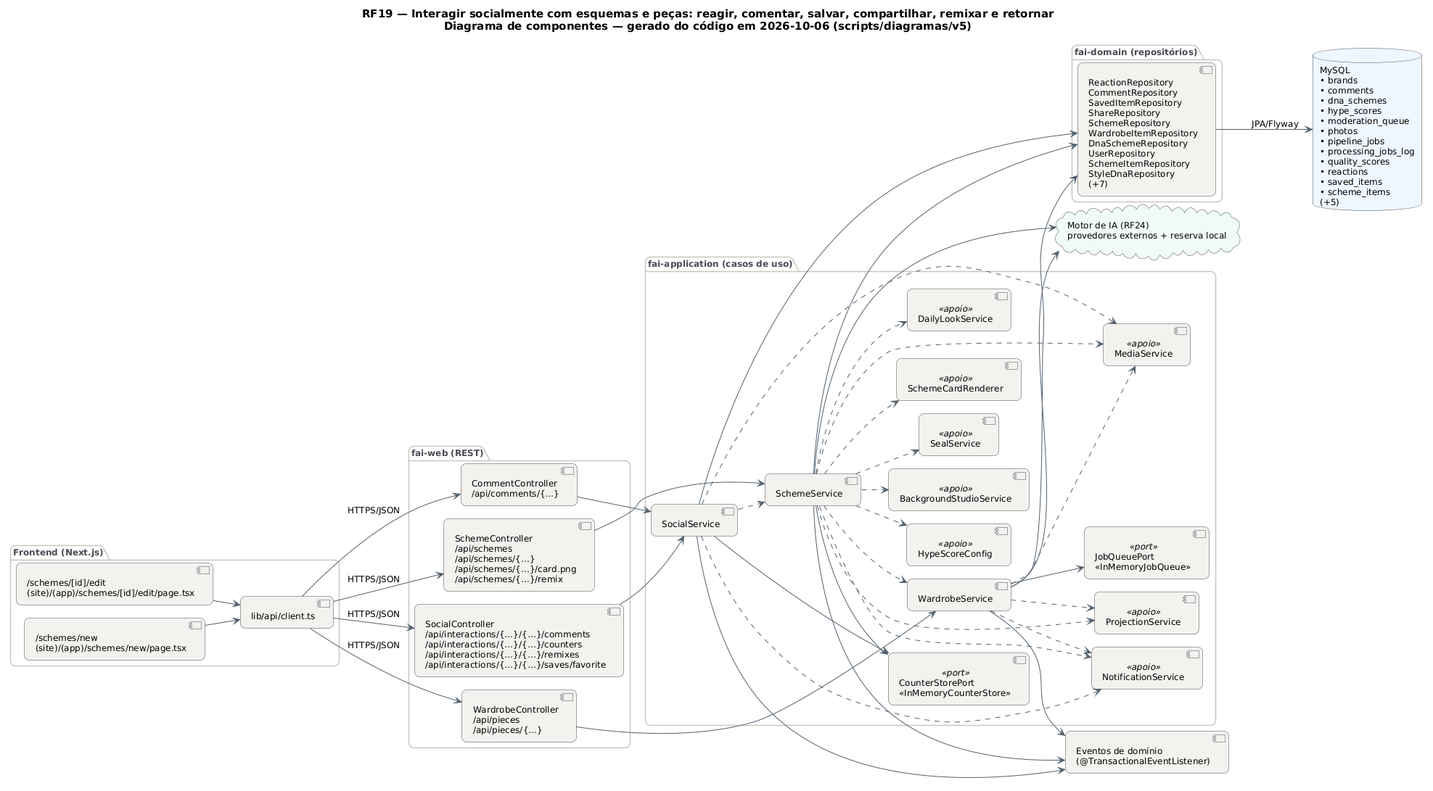
Above: docs/diagramas/RF19/RF19_Componentes.png in MatheusHaliski/tcc-2026-fashion-ai-backend (PlantUML), before the change. The source it was exported from:
```plantuml
@startuml RF19_Componentes
!pragma layout smetana
skinparam backgroundColor #FFFFFF
skinparam shadowing false
skinparam defaultFontName "DejaVu Sans"
skinparam defaultFontSize 12
skinparam titleFontSize 15
skinparam roundcorner 14
skinparam ArrowColor #52606D
skinparam note {
  BackgroundColor #FFFDEB
  BorderColor #D8CE78
  FontColor #554F24
}
skinparam component {
  BackgroundColor #F4F2EF
  BorderColor #4A4852
}
skinparam package {
  BorderColor #CBC6BE
  FontColor #4A4852
}
skinparam database {
  BackgroundColor #EEF6FF
  BorderColor #4A4852
}
skinparam cloud {
  BackgroundColor #F0FBF6
  BorderColor #4A4852
}
left to right direction
title RF19 — Interagir socialmente com esquemas e peças: reagir, comentar, salvar, compartilhar, remixar e retornar\nDiagrama de componentes — gerado do código em 2026-10-06 (scripts/diagramas/v5)

package "Frontend (Next.js)" {
  component "/schemes/[id]/edit\n(site)/(app)/schemes/[id]/edit/page.tsx" as FE0
  component "/schemes/new\n(site)/(app)/schemes/new/page.tsx" as FE1
  component "lib/api/client.ts" as APIC
}
package "fai-web (REST)" {
  component "CommentController\n/api/comments/{…}" as CommentController
  component "SchemeController\n/api/schemes\n/api/schemes/{…}\n/api/schemes/{…}/card.png\n/api/schemes/{…}/remix" as SchemeController
  component "SocialController\n/api/interactions/{…}/{…}/comments\n/api/interactions/{…}/{…}/counters\n/api/interactions/{…}/{…}/remixes\n/api/interactions/{…}/{…}/saves/favorite" as SocialController
  component "WardrobeController\n/api/pieces\n/api/pieces/{…}" as WardrobeController
}
package "fai-application (casos de uso)" {
  component "SocialService" as SocialService
  component "SchemeService" as SchemeService
  component "WardrobeService" as WardrobeService
  component "NotificationService" as NotificationService <<apoio>>
  component "MediaService" as MediaService <<apoio>>
  component "BackgroundStudioService" as BackgroundStudioService <<apoio>>
  component "SealService" as SealService <<apoio>>
  component "SchemeCardRenderer" as SchemeCardRenderer <<apoio>>
  component "ProjectionService" as ProjectionService <<apoio>>
  component "DailyLookService" as DailyLookService <<apoio>>
  component "HypeScoreConfig" as HypeScoreConfig <<apoio>>
  component "CounterStorePort\n«InMemoryCounterStore»" as CounterStorePort <<port>>
  component "JobQueuePort\n«InMemoryJobQueue»" as JobQueuePort <<port>>
}
package "fai-domain (repositórios)" {
  component "ReactionRepository\nCommentRepository\nSavedItemRepository\nShareRepository\nSchemeRepository\nWardrobeItemRepository\nDnaSchemeRepository\nUserRepository\nSchemeItemRepository\nStyleDnaRepository\n(+7)" as REPO_MySQL
}
database "MySQL\n• brands\n• comments\n• dna_schemes\n• hype_scores\n• moderation_queue\n• photos\n• pipeline_jobs\n• processing_jobs_log\n• quality_scores\n• reactions\n• saved_items\n• scheme_items\n(+5)" as DB_MySQL
cloud "Motor de IA (RF24)\nprovedores externos + reserva local" as AI
component "Eventos de domínio\n(@TransactionalEventListener)" as EV
APIC --> CommentController : HTTPS/JSON
APIC --> SchemeController : HTTPS/JSON
APIC --> SocialController : HTTPS/JSON
APIC --> WardrobeController : HTTPS/JSON
CommentController --> SocialService
FE0 --> APIC
FE1 --> APIC
REPO_MySQL --> DB_MySQL : JPA/Flyway
SchemeController --> SchemeService
SchemeService --> AI
SchemeService --> CounterStorePort
SchemeService --> EV
SchemeService --> REPO_MySQL
SchemeService ..> BackgroundStudioService
SchemeService ..> DailyLookService
SchemeService ..> HypeScoreConfig
SchemeService ..> MediaService
SchemeService ..> NotificationService
SchemeService ..> ProjectionService
SchemeService ..> SchemeCardRenderer
SchemeService ..> SealService
SchemeService ..> WardrobeService
SocialController --> SocialService
SocialService --> CounterStorePort
SocialService --> EV
SocialService --> REPO_MySQL
SocialService ..> MediaService
SocialService ..> NotificationService
SocialService ..> SchemeService
WardrobeController --> WardrobeService
WardrobeService --> AI
WardrobeService --> EV
WardrobeService --> JobQueuePort
WardrobeService --> REPO_MySQL
WardrobeService ..> MediaService
WardrobeService ..> NotificationService
WardrobeService ..> ProjectionService
@enduml
```
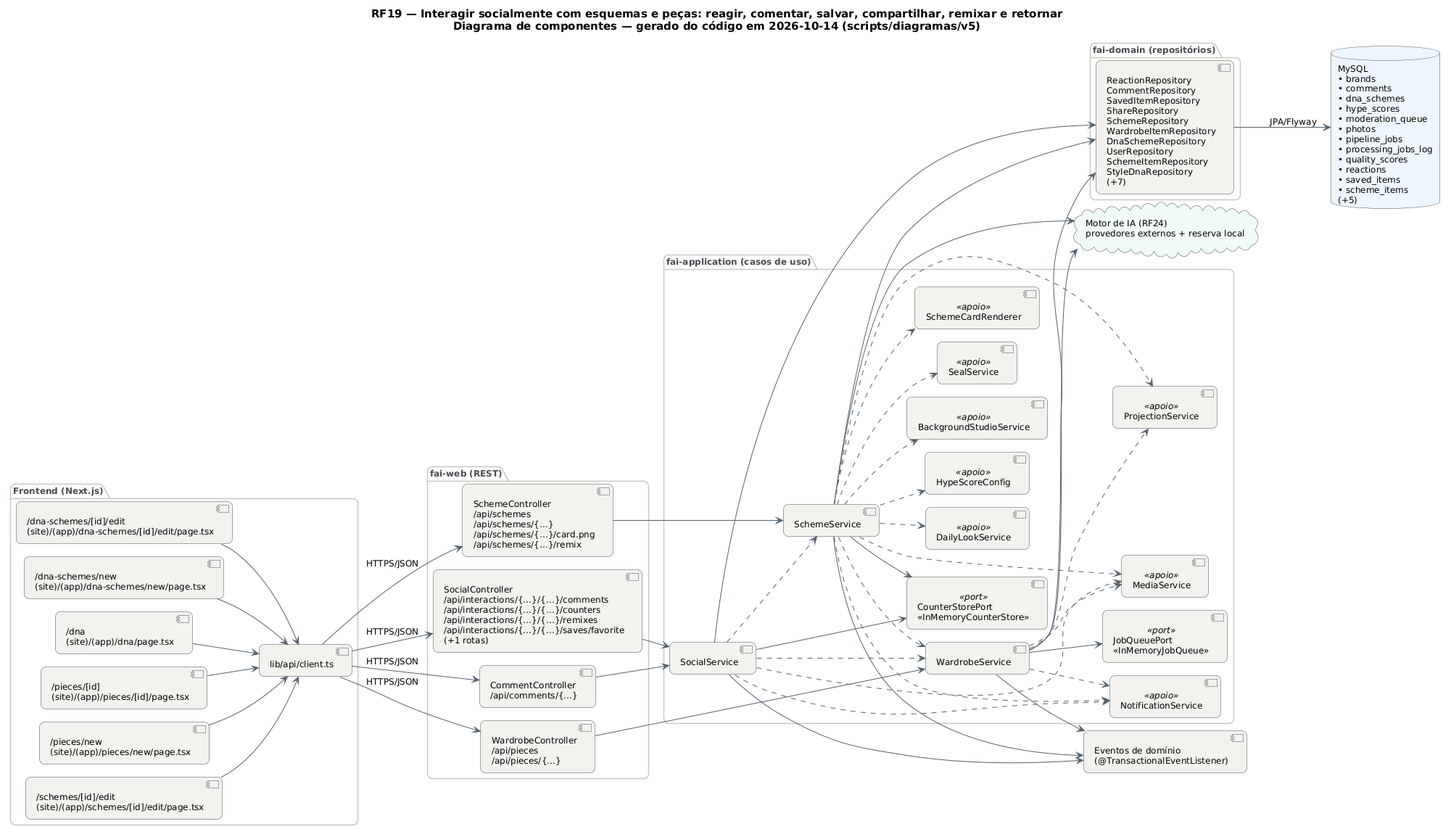
The same diagram one commit later.

Diff of the diagram source:
```diff
@@ -29,17 +29,21 @@
   BorderColor #4A4852
 }
 left to right direction
-title RF19 — Interagir socialmente com esquemas e peças: reagir, comentar, salvar, compartilhar, remixar e retornar\nDiagrama de componentes — gerado do código em 2026-10-06 (scripts/diagramas/v5)
+title RF19 — Interagir socialmente com esquemas e peças: reagir, comentar, salvar, compartilhar, remixar e retornar\nDiagrama de componentes — gerado do código em 2026-10-14 (scripts/diagramas/v5)
 
 package "Frontend (Next.js)" {
-  component "/schemes/[id]/edit\n(site)/(app)/schemes/[id]/edit/page.tsx" as FE0
-  component "/schemes/new\n(site)/(app)/schemes/new/page.tsx" as FE1
+  component "/dna-schemes/[id]/edit\n(site)/(app)/dna-schemes/[id]/edit/page.tsx" as FE0
+  component "/dna-schemes/new\n(site)/(app)/dna-schemes/new/page.tsx" as FE1
+  component "/dna\n(site)/(app)/dna/page.tsx" as FE2
+  component "/pieces/[id]\n(site)/(app)/pieces/[id]/page.tsx" as FE3
+  component "/pieces/new\n(site)/(app)/pieces/new/page.tsx" as FE4
+  component "/schemes/[id]/edit\n(site)/(app)/schemes/[id]/edit/page.tsx" as FE5
   component "lib/api/client.ts" as APIC
 }
 package "fai-web (REST)" {
   component "CommentController\n/api/comments/{…}" as CommentController
   component "SchemeController\n/api/schemes\n/api/schemes/{…}\n/api/schemes/{…}/card.png\n/api/schemes/{…}/remix" as SchemeController
-  component "SocialController\n/api/interactions/{…}/{…}/comments\n/api/interactions/{…}/{…}/counters\n/api/interactions/{…}/{…}/remixes\n/api/interactions/{…}/{…}/saves/favorite" as SocialController
+  component "SocialController\n/api/interactions/{…}/{…}/comments\n/api/interactions/{…}/{…}/counters\n/api/interactions/{…}/{…}/remixes\n/api/interactions/{…}/{…}/saves/favorite\n(+1 rotas)" as SocialController
   component "WardrobeController\n/api/pieces\n/api/pieces/{…}" as WardrobeController
 }
 package "fai-application (casos de uso)" {
@@ -70,6 +74,10 @@
 CommentController --> SocialService
 FE0 --> APIC
 FE1 --> APIC
+FE2 --> APIC
+FE3 --> APIC
+FE4 --> APIC
+FE5 --> APIC
 REPO_MySQL --> DB_MySQL : JPA/Flyway
 SchemeController --> SchemeService
 SchemeService --> AI
@@ -92,6 +100,7 @@
 SocialService ..> MediaService
 SocialService ..> NotificationService
 SocialService ..> SchemeService
+SocialService ..> WardrobeService
 WardrobeController --> WardrobeService
 WardrobeService --> AI
 WardrobeService --> EV
```
